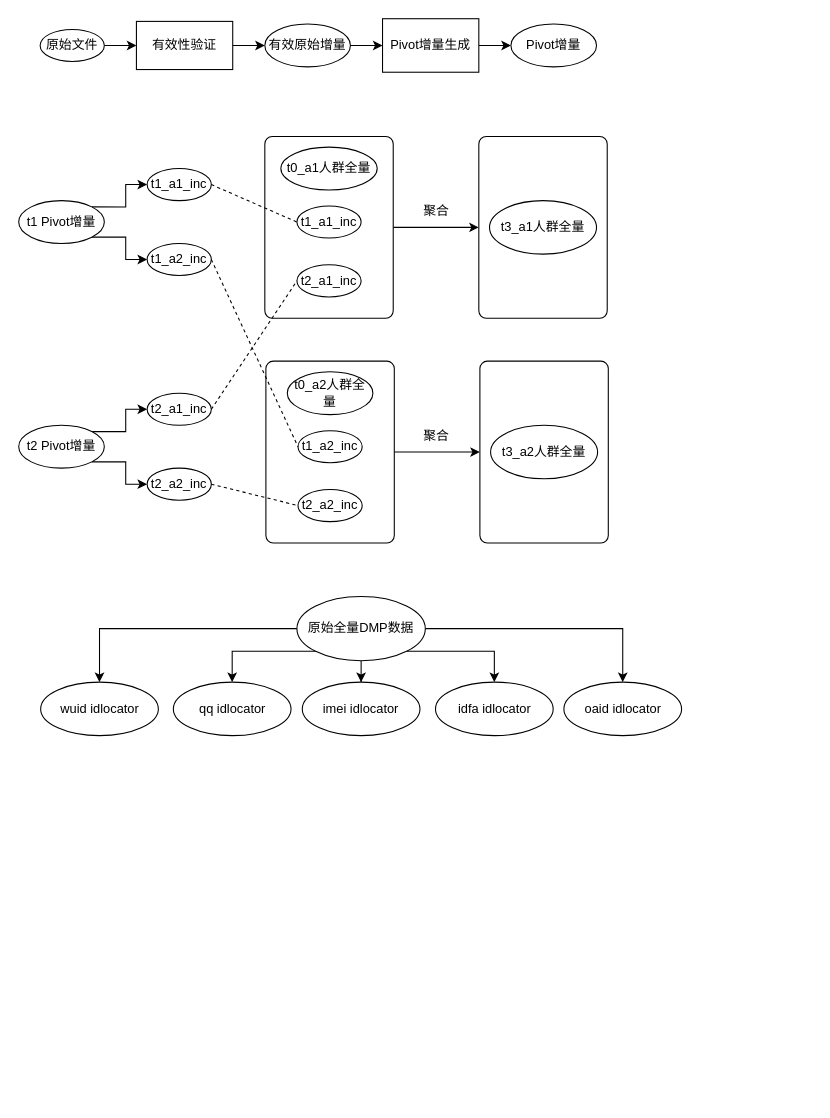
This is DMP业务使用导包现状.drawio from wsix/diagrams, a draw.io file, before an edit. Source tidied: cells renumbered, new cells numbered last; positions are measured from the earlier drawing's top-left corner, leaving out a move shared by most shapes. Both pictures are drawn from the tidied source at 107%, with x=0, y=0 at pixel (18, 18).
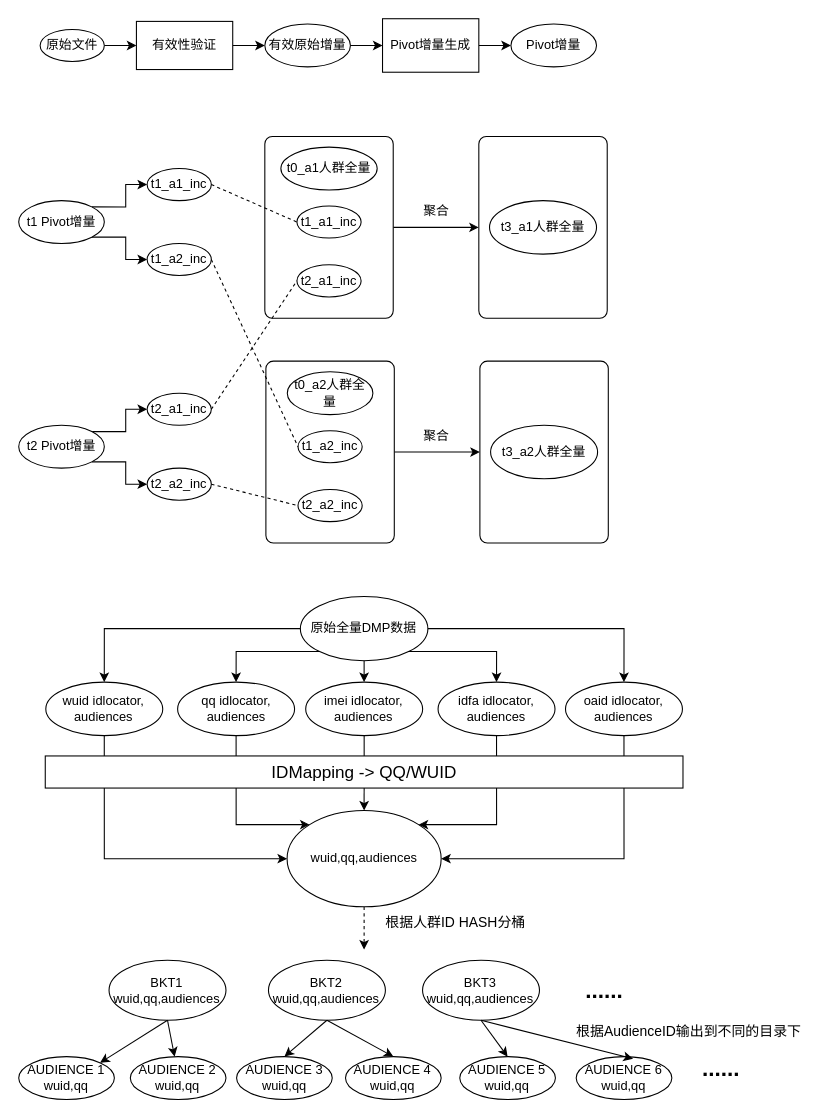
The same diagram, later.

Commit message:
Update DMP业务使用导包现状.drawio

Diff of the diagram source:
```diff
@@
-    <mxCell id="41" style="edgeStyle=orthogonalEdgeStyle;rounded=0;jettySize=auto;html=1;entryX=0.5;entryY=0;entryDx=0;entryDy=0;exitX=0;exitY=0.5;exitDx=0;exitDy=0;" parent="1" edge="1" source="46" target="47">
-      <mxGeometry relative="1" as="geometry" />
-    </mxCell>
-    <mxCell id="42" style="edgeStyle=orthogonalEdgeStyle;rounded=0;jettySize=auto;html=1;exitX=0;exitY=1;exitDx=0;exitDy=0;" parent="1" edge="1" source="46" target="48">
-      <mxGeometry relative="1" as="geometry" />
-    </mxCell>
-    <mxCell id="43" style="edgeStyle=orthogonalEdgeStyle;rounded=0;jettySize=auto;html=1;" parent="1" edge="1" source="46" target="49">
-      <mxGeometry relative="1" as="geometry" />
-    </mxCell>
-    <mxCell id="44" style="edgeStyle=orthogonalEdgeStyle;rounded=0;jettySize=auto;html=1;exitX=1;exitY=1;exitDx=0;exitDy=0;" parent="1" edge="1" source="46" target="50">
-      <mxGeometry relative="1" as="geometry" />
-    </mxCell>
-    <mxCell id="45" style="edgeStyle=orthogonalEdgeStyle;rounded=0;jettySize=auto;html=1;exitX=1;exitY=0.5;exitDx=0;exitDy=0;entryX=0.5;entryY=0;entryDx=0;entryDy=0;" parent="1" edge="1" source="46" target="51">
-      <mxGeometry relative="1" as="geometry" />
-    </mxCell>
+    <mxCell id="52" style="group;" parent="1" vertex="1">
+      <mxGeometry y="540" width="741" height="470" as="geometry" />
+    </mxCell>
-    <mxCell id="46" value="原始全量DMP数据" style="ellipse;whiteSpace=wrap;html=1;strokeWidth=1;" parent="1" vertex="1">
-      <mxGeometry x="260" y="540" width="120" height="60" as="geometry" />
+    <mxCell id="46" value="原始全量DMP数据" style="ellipse;whiteSpace=wrap;html=1;strokeWidth=1;" parent="52" vertex="1">
+      <mxGeometry x="263.2" width="119.2" height="60" as="geometry" />
     </mxCell>
-    <mxCell id="47" value="wuid idlocator" style="ellipse;whiteSpace=wrap;html=1;strokeWidth=1;" parent="1" vertex="1">
-      <mxGeometry x="20.5" y="620" width="110" height="50" as="geometry" />
+    <mxCell id="47" value="wuid idlocator, audiences" style="ellipse;whiteSpace=wrap;html=1;strokeWidth=1;" parent="52" vertex="1">
+      <mxGeometry x="25.3" y="80" width="109.3" height="50" as="geometry" />
     </mxCell>
+    <mxCell id="41" style="edgeStyle=orthogonalEdgeStyle;rounded=0;jettySize=auto;html=1;entryX=0.5;entryY=0;entryDx=0;entryDy=0;exitX=0;exitY=0.5;exitDx=0;exitDy=0;" parent="52" edge="1" source="46" target="47">
+      <mxGeometry relative="1" as="geometry" />
+    </mxCell>
-    <mxCell id="48" value="qq idlocator" style="ellipse;whiteSpace=wrap;html=1;strokeWidth=1;" parent="1" vertex="1">
-      <mxGeometry x="144.5" y="620" width="110" height="50" as="geometry" />
+    <mxCell id="48" value="qq idlocator, audiences" style="ellipse;whiteSpace=wrap;html=1;strokeWidth=1;" parent="52" vertex="1">
+      <mxGeometry x="148.5" y="80" width="109.3" height="50" as="geometry" />
     </mxCell>
+    <mxCell id="42" style="edgeStyle=orthogonalEdgeStyle;rounded=0;jettySize=auto;html=1;exitX=0;exitY=1;exitDx=0;exitDy=0;" parent="52" edge="1" source="46" target="48">
+      <mxGeometry relative="1" as="geometry" />
+    </mxCell>
-    <mxCell id="49" value="imei idlocator" style="ellipse;whiteSpace=wrap;html=1;strokeWidth=1;" parent="1" vertex="1">
-      <mxGeometry x="265" y="620" width="110" height="50" as="geometry" />
+    <mxCell id="49" value="imei idlocator, audiences" style="ellipse;whiteSpace=wrap;html=1;strokeWidth=1;" parent="52" vertex="1">
+      <mxGeometry x="268.2" y="80" width="109.3" height="50" as="geometry" />
     </mxCell>
+    <mxCell id="43" style="edgeStyle=orthogonalEdgeStyle;rounded=0;jettySize=auto;html=1;" parent="52" edge="1" source="46" target="49">
+      <mxGeometry relative="1" as="geometry" />
+    </mxCell>
-    <mxCell id="50" value="idfa idlocator" style="ellipse;whiteSpace=wrap;html=1;strokeWidth=1;" parent="1" vertex="1">
-      <mxGeometry x="389.5" y="620" width="110" height="50" as="geometry" />
+    <mxCell id="50" value="idfa idlocator, audiences" style="ellipse;whiteSpace=wrap;html=1;strokeWidth=1;" parent="52" vertex="1">
+      <mxGeometry x="391.9" y="80" width="109.3" height="50" as="geometry" />
     </mxCell>
+    <mxCell id="44" style="edgeStyle=orthogonalEdgeStyle;rounded=0;jettySize=auto;html=1;exitX=1;exitY=1;exitDx=0;exitDy=0;" parent="52" edge="1" source="46" target="50">
+      <mxGeometry relative="1" as="geometry" />
+    </mxCell>
-    <mxCell id="51" value="oaid idlocator" style="ellipse;whiteSpace=wrap;html=1;strokeWidth=1;" parent="1" vertex="1">
-      <mxGeometry x="509.5" y="620" width="110" height="50" as="geometry" />
+    <mxCell id="51" value="oaid idlocator, audiences" style="ellipse;whiteSpace=wrap;html=1;strokeWidth=1;" parent="52" vertex="1">
+      <mxGeometry x="511" y="80" width="109.3" height="50" as="geometry" />
     </mxCell>
+    <mxCell id="45" style="edgeStyle=orthogonalEdgeStyle;rounded=0;jettySize=auto;html=1;exitX=1;exitY=0.5;exitDx=0;exitDy=0;entryX=0.5;entryY=0;entryDx=0;entryDy=0;" parent="52" edge="1" source="46" target="51">
+      <mxGeometry relative="1" as="geometry" />
+    </mxCell>
+    <mxCell id="53" style="edgeStyle=orthogonalEdgeStyle;rounded=0;jettySize=auto;html=1;exitX=0.5;exitY=1;exitDx=0;exitDy=0;fontSize=16;dashed=1;" parent="52" edge="1" source="54">
+      <mxGeometry relative="1" as="geometry">
+        <mxPoint x="322.8" y="330" as="targetPoint" />
+      </mxGeometry>
+    </mxCell>
+    <mxCell id="54" value="wuid,qq,audiences" style="ellipse;whiteSpace=wrap;html=1;strokeWidth=1;" parent="52" vertex="1">
+      <mxGeometry x="250.8" y="200" width="144" height="90" as="geometry" />
+    </mxCell>
+    <mxCell id="55" style="edgeStyle=orthogonalEdgeStyle;rounded=0;jettySize=auto;html=1;exitX=0.5;exitY=1;exitDx=0;exitDy=0;entryX=0;entryY=0.5;entryDx=0;entryDy=0;fontSize=16;" parent="52" edge="1" source="47" target="54">
+      <mxGeometry relative="1" as="geometry" />
+    </mxCell>
+    <mxCell id="56" style="edgeStyle=orthogonalEdgeStyle;rounded=0;jettySize=auto;html=1;exitX=0.5;exitY=1;exitDx=0;exitDy=0;entryX=0;entryY=0;entryDx=0;entryDy=0;fontSize=16;" parent="52" edge="1" source="48" target="54">
+      <mxGeometry relative="1" as="geometry">
+        <Array as="points">
+          <mxPoint x="203.6" y="213" />
+        </Array>
+      </mxGeometry>
+    </mxCell>
+    <mxCell id="57" style="edgeStyle=none;rounded=0;jettySize=auto;html=1;exitX=0.5;exitY=1;exitDx=0;exitDy=0;entryX=0.5;entryY=0;entryDx=0;entryDy=0;fontSize=16;" parent="52" edge="1" source="49" target="54">
+      <mxGeometry relative="1" as="geometry" />
+    </mxCell>
+    <mxCell id="58" style="edgeStyle=orthogonalEdgeStyle;rounded=0;jettySize=auto;html=1;exitX=0.5;exitY=1;exitDx=0;exitDy=0;entryX=1;entryY=0;entryDx=0;entryDy=0;fontSize=16;" parent="52" edge="1" source="50" target="54">
+      <mxGeometry relative="1" as="geometry">
+        <Array as="points">
+          <mxPoint x="447" y="213" />
+        </Array>
+      </mxGeometry>
+    </mxCell>
+    <mxCell id="59" style="edgeStyle=orthogonalEdgeStyle;rounded=0;jettySize=auto;html=1;exitX=0.5;exitY=1;exitDx=0;exitDy=0;entryX=1;entryY=0.5;entryDx=0;entryDy=0;fontSize=16;" parent="52" edge="1" source="51" target="54">
+      <mxGeometry relative="1" as="geometry" />
+    </mxCell>
+    <mxCell id="60" value="根据人群ID HASH分桶" style="text;html=1;align=center;verticalAlign=middle;fontSize=13;" parent="52" vertex="1">
+      <mxGeometry x="332.8" y="294" width="150" height="20" as="geometry" />
+    </mxCell>
+    <mxCell id="61" value="BKT1&lt;br&gt;wuid,qq,audiences" style="ellipse;whiteSpace=wrap;html=1;strokeWidth=1;" parent="52" vertex="1">
+      <mxGeometry x="84.4" y="340" width="109.3" height="56" as="geometry" />
+    </mxCell>
+    <mxCell id="62" value="BKT2&lt;br&gt;wuid,qq,audiences" style="ellipse;whiteSpace=wrap;html=1;strokeWidth=1;" parent="52" vertex="1">
+      <mxGeometry x="233.4" y="340" width="109.3" height="56" as="geometry" />
+    </mxCell>
+    <mxCell id="63" value="BKT3&lt;br&gt;wuid,qq,audiences" style="ellipse;whiteSpace=wrap;html=1;strokeWidth=1;" parent="52" vertex="1">
+      <mxGeometry x="377.4" y="340" width="109.3" height="56" as="geometry" />
+    </mxCell>
+    <mxCell id="64" value="......" style="text;html=1;align=center;verticalAlign=middle;fontSize=21;fontStyle=1;" parent="52" vertex="1">
+      <mxGeometry x="521.5" y="353" width="50" height="30" as="geometry" />
+    </mxCell>
+    <mxCell id="65" value="AUDIENCE 1&lt;br&gt;wuid,qq" style="ellipse;whiteSpace=wrap;html=1;strokeWidth=1;" parent="52" vertex="1">
+      <mxGeometry y="430" width="89.4" height="40" as="geometry" />
+    </mxCell>
+    <mxCell id="66" style="rounded=0;jettySize=auto;html=1;entryX=1;entryY=0;entryDx=0;entryDy=0;fontSize=21;exitX=0.5;exitY=1;exitDx=0;exitDy=0;" parent="52" edge="1" source="61" target="65">
+      <mxGeometry relative="1" as="geometry" />
+    </mxCell>
+    <mxCell id="67" value="AUDIENCE 2&lt;br&gt;wuid,qq" style="ellipse;whiteSpace=wrap;html=1;strokeWidth=1;" parent="52" vertex="1">
+      <mxGeometry x="104.3" y="430" width="89.4" height="40" as="geometry" />
+    </mxCell>
+    <mxCell id="68" style="edgeStyle=none;rounded=0;jettySize=auto;html=1;exitX=0.5;exitY=1;exitDx=0;exitDy=0;fontSize=21;" parent="52" edge="1" source="61" target="67">
+      <mxGeometry relative="1" as="geometry" />
+    </mxCell>
+    <mxCell id="69" value="AUDIENCE 3&lt;br&gt;wuid,qq" style="ellipse;whiteSpace=wrap;html=1;strokeWidth=1;" parent="52" vertex="1">
+      <mxGeometry x="203.6" y="430" width="89.4" height="40" as="geometry" />
+    </mxCell>
+    <mxCell id="70" style="edgeStyle=none;rounded=0;jettySize=auto;html=1;exitX=0.5;exitY=1;exitDx=0;exitDy=0;entryX=0.5;entryY=0;entryDx=0;entryDy=0;fontSize=21;" parent="52" edge="1" source="62" target="69">
+      <mxGeometry relative="1" as="geometry" />
+    </mxCell>
+    <mxCell id="71" value="AUDIENCE 4&lt;br&gt;wuid,qq" style="ellipse;whiteSpace=wrap;html=1;strokeWidth=1;" parent="52" vertex="1">
+      <mxGeometry x="305.4" y="430" width="89.4" height="40" as="geometry" />
+    </mxCell>
+    <mxCell id="72" style="edgeStyle=none;rounded=0;jettySize=auto;html=1;exitX=0.5;exitY=1;exitDx=0;exitDy=0;fontSize=21;entryX=0.5;entryY=0;entryDx=0;entryDy=0;" parent="52" edge="1" source="62" target="71">
+      <mxGeometry relative="1" as="geometry" />
+    </mxCell>
+    <mxCell id="73" value="AUDIENCE 5&lt;br&gt;wuid,qq" style="ellipse;whiteSpace=wrap;html=1;strokeWidth=1;" parent="52" vertex="1">
+      <mxGeometry x="412.2" y="430" width="89.4" height="40" as="geometry" />
+    </mxCell>
+    <mxCell id="74" style="edgeStyle=none;rounded=0;jettySize=auto;html=1;entryX=0.5;entryY=0;entryDx=0;entryDy=0;fontSize=21;exitX=0.5;exitY=1;exitDx=0;exitDy=0;" parent="52" edge="1" source="63" target="73">
+      <mxGeometry relative="1" as="geometry" />
+    </mxCell>
+    <mxCell id="75" value="AUDIENCE 6&lt;br&gt;wuid,qq" style="ellipse;whiteSpace=wrap;html=1;strokeWidth=1;" parent="52" vertex="1">
+      <mxGeometry x="521" y="430" width="89.4" height="40" as="geometry" />
+    </mxCell>
+    <mxCell id="76" style="edgeStyle=none;rounded=0;jettySize=auto;html=1;exitX=0.5;exitY=1;exitDx=0;exitDy=0;entryX=0.594;entryY=0.05;entryDx=0;entryDy=0;entryPerimeter=0;fontSize=21;" parent="52" edge="1" source="63" target="75">
+      <mxGeometry relative="1" as="geometry" />
+    </mxCell>
+    <mxCell id="77" value="根据AudienceID输出到不同的目录下" style="text;html=1;align=center;verticalAlign=middle;fontSize=13;" parent="52" vertex="1">
+      <mxGeometry x="511" y="396" width="230" height="20" as="geometry" />
+    </mxCell>
+    <mxCell id="78" value="IDMapping -&amp;gt; QQ/WUID" style="rounded=0;whiteSpace=wrap;html=1;strokeWidth=1;fontSize=16;" parent="52" vertex="1">
+      <mxGeometry x="24.8" y="149" width="596" height="30" as="geometry" />
+    </mxCell>
+    <mxCell id="79" value="......" style="text;html=1;align=center;verticalAlign=middle;fontSize=21;fontStyle=1;" parent="52" vertex="1">
+      <mxGeometry x="631" y="426" width="50" height="30" as="geometry" />
+    </mxCell>
```
